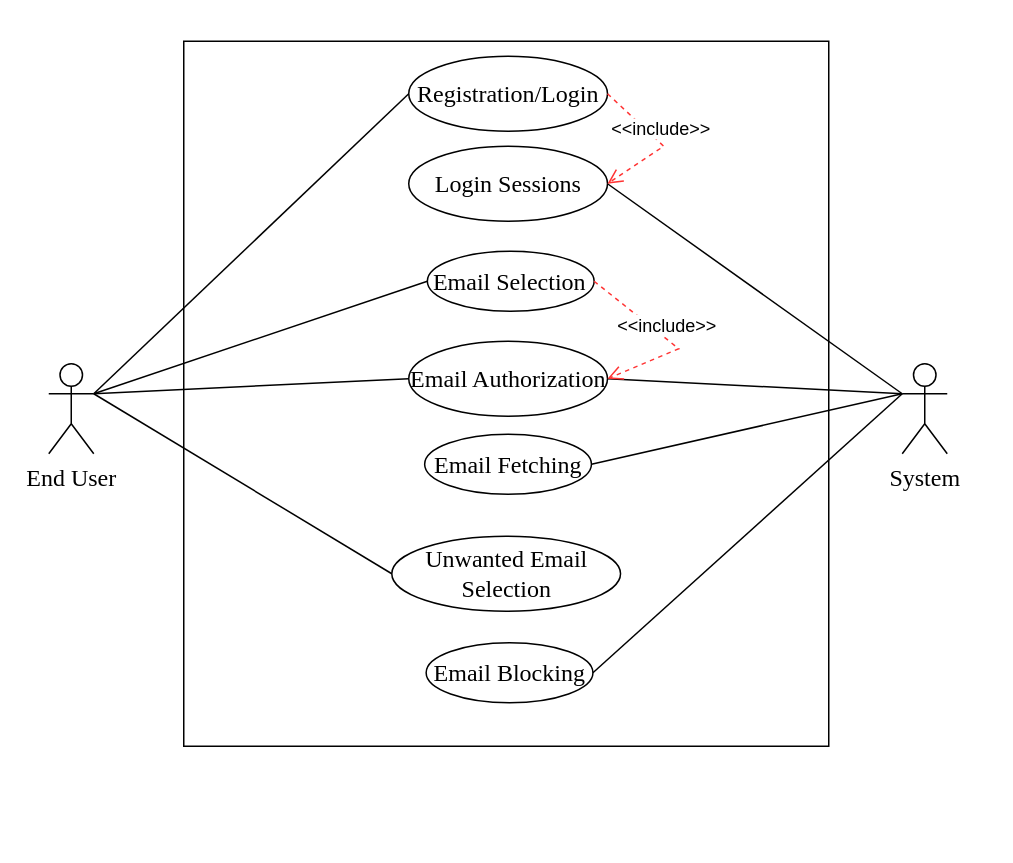
Before: Use Case Diagram.drawio in Yash7200/CP-3, a draw.io diagram. Source tidied: cells renumbered, new cells numbered last; positions are measured from the earlier drawing's top-left corner, leaving out a move shared by most shapes. Both pictures are drawn from the tidied source at 150%, with x=0, y=0 at pixel (48, 40).
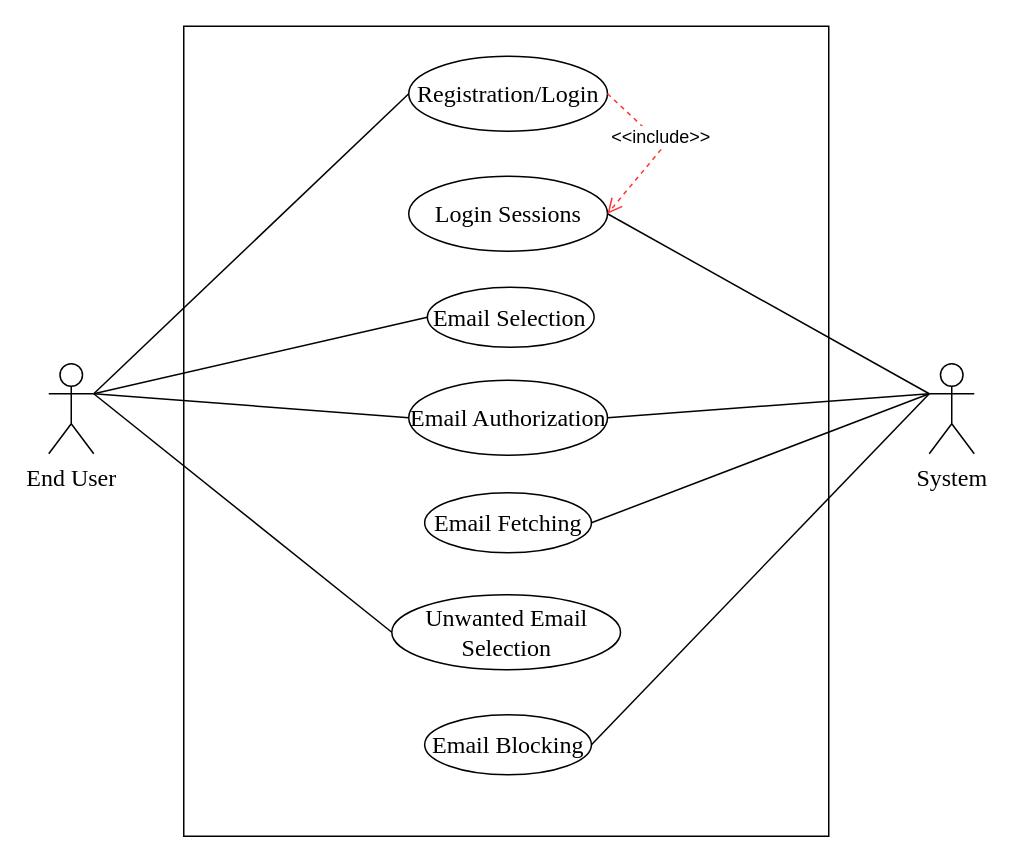
After the change.

Change to the diagram source:
```diff
@@
     <mxCell id="2" style="whiteSpace=wrap;html=1;fillColor=none;" parent="1" vertex="1">
-      <mxGeometry x="90" width="430" height="470" as="geometry" />
+      <mxGeometry x="90" y="-10" width="430" height="540" as="geometry" />
     </mxCell>
@@
     <mxCell id="4" value="&lt;div style=&quot;font-size: 16px;&quot;&gt;&lt;font face=&quot;Times New Roman&quot;&gt;System&lt;/font&gt;&lt;/div&gt;" style="shape=umlActor;verticalLabelPosition=bottom;verticalAlign=top;html=1;outlineConnect=0;" parent="1" vertex="1">
-      <mxGeometry x="569" y="215" width="30" height="60" as="geometry" />
+      <mxGeometry x="587" y="215" width="30" height="60" as="geometry" />
     </mxCell>
@@
     <mxCell id="7" value="&lt;font face=&quot;Times New Roman&quot;&gt;Email Fetching&lt;br&gt;&lt;/font&gt;" style="ellipse;whiteSpace=wrap;html=1;fillColor=none;fontSize=16;" parent="1" vertex="1">
-      <mxGeometry x="250.6" y="262" width="111.2" height="40" as="geometry" />
+      <mxGeometry x="250.6" y="301" width="111.2" height="40" as="geometry" />
     </mxCell>
@@
     <mxCell id="10" value="&lt;font face=&quot;Times New Roman&quot;&gt;Login Sessions&lt;/font&gt;" style="ellipse;whiteSpace=wrap;html=1;fillColor=none;fontSize=16;" parent="1" vertex="1">
-      <mxGeometry x="240" y="70" width="132.5" height="50" as="geometry" />
+      <mxGeometry x="240" y="90" width="132.5" height="50" as="geometry" />
     </mxCell>
@@
     <mxCell id="13" value="&lt;font face=&quot;Times New Roman&quot;&gt;Email Selection&lt;br&gt;&lt;/font&gt;" style="ellipse;whiteSpace=wrap;html=1;fillColor=none;fontSize=16;" parent="1" vertex="1">
-      <mxGeometry x="252.4" y="140" width="111.2" height="40" as="geometry" />
+      <mxGeometry x="252.4" y="164" width="111.2" height="40" as="geometry" />
     </mxCell>
     <mxCell id="14" value="&lt;font face=&quot;Times New Roman&quot;&gt;Email Blocking&lt;br&gt;&lt;/font&gt;" style="ellipse;whiteSpace=wrap;html=1;fillColor=none;fontSize=16;" parent="1" vertex="1">
-      <mxGeometry x="251.6" y="401" width="111.2" height="40" as="geometry" />
+      <mxGeometry x="250.6" y="449" width="111.2" height="40" as="geometry" />
     </mxCell>
     <mxCell id="15" value="&lt;font face=&quot;Times New Roman&quot;&gt;Email Authorization&lt;br&gt;&lt;/font&gt;" style="ellipse;whiteSpace=wrap;html=1;fillColor=none;fontSize=16;" parent="1" vertex="1">
-      <mxGeometry x="240" y="200" width="132.5" height="50" as="geometry" />
+      <mxGeometry x="240" y="226" width="132.5" height="50" as="geometry" />
     </mxCell>
@@
     <mxCell id="19" value="&lt;font face=&quot;Times New Roman&quot;&gt;Unwanted Email Selection&lt;br&gt;&lt;/font&gt;" style="ellipse;whiteSpace=wrap;html=1;fillColor=none;fontSize=16;" parent="1" vertex="1">
-      <mxGeometry x="228.7" y="330" width="152.5" height="50" as="geometry" />
+      <mxGeometry x="228.7" y="369" width="152.5" height="50" as="geometry" />
     </mxCell>
@@
-    <mxCell id="21" value="&amp;lt;&amp;lt;include&amp;gt;&amp;gt;" style="verticalAlign=bottom;endArrow=open;dashed=1;endSize=8;rounded=0;fontSize=12;entryX=1;entryY=0.5;entryDx=0;entryDy=0;fontColor=#000000;labelBorderColor=none;html=1;strokeColor=#FF3333;exitX=1;exitY=0.5;exitDx=0;exitDy=0;" parent="1" edge="1" source="13" target="15">
-      <mxGeometry relative="1" as="geometry">
-        <Array as="points">
-          <mxPoint x="420" y="205" />
-        </Array>
-      </mxGeometry>
-    </mxCell>
```
